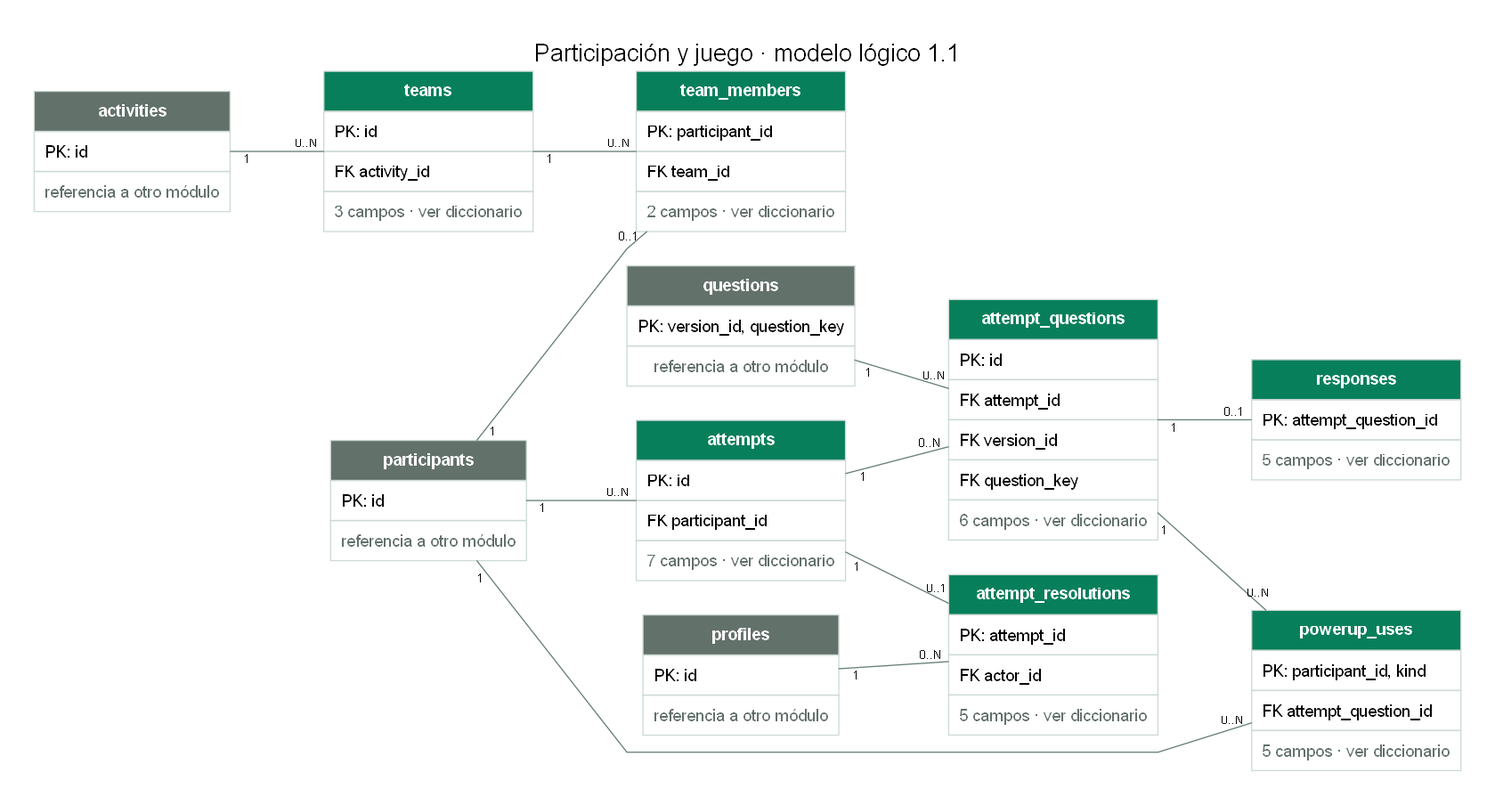
The Graphviz diagram docs/modelado/diagramas/04-participacion.png in CubeFreaKLab/aulify, before a commit. Its source is kept beside it as docs/modelado/diagramas/04-participacion.dot.
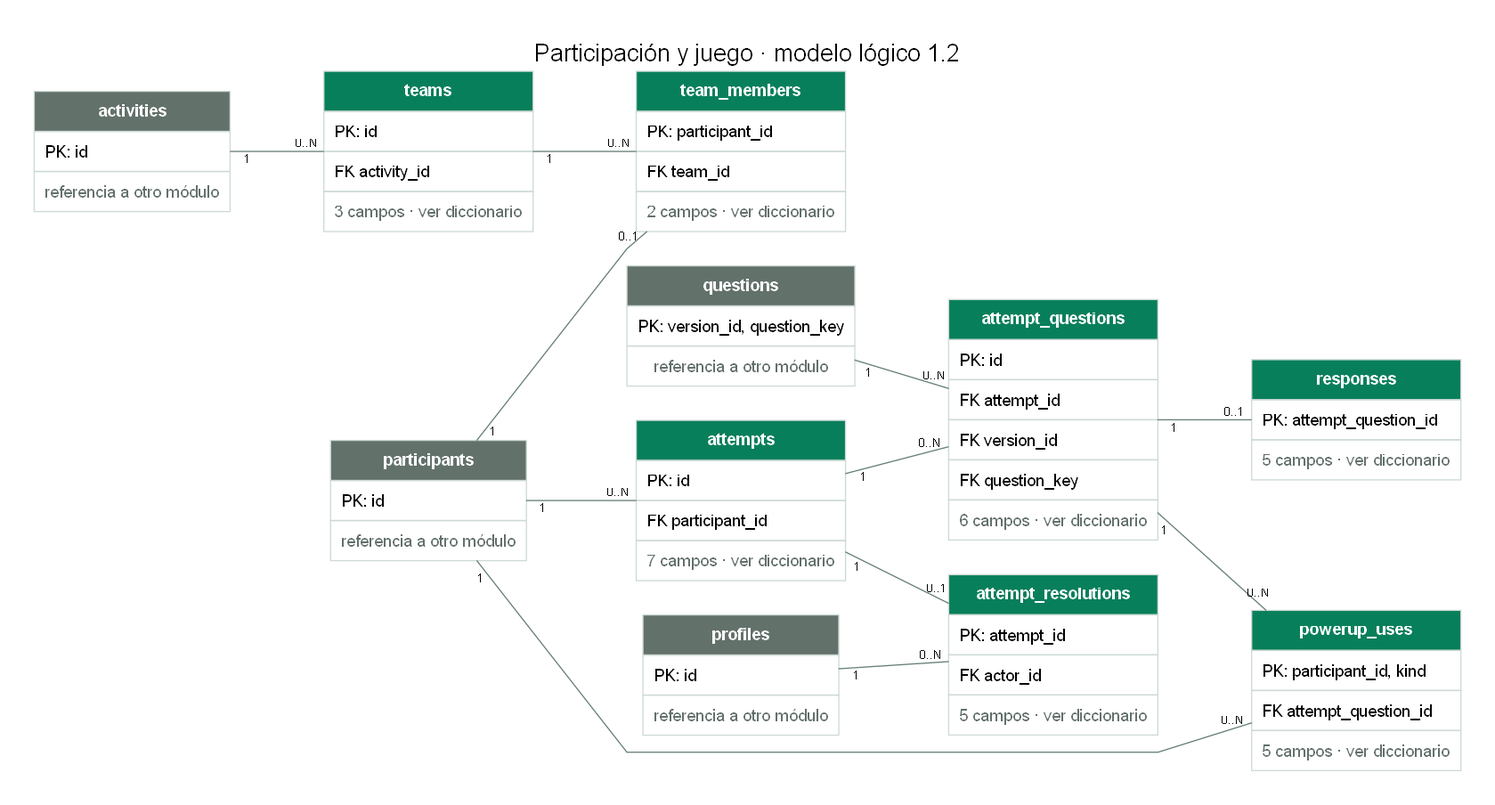
The same file after the commit.

The edit, as a diff of the source:
```diff
@@ -1,5 +1,5 @@
 digraph modelo {
-graph [rankdir=LR, bgcolor="#ffffff", pad=0.4, nodesep=0.4, ranksep=1.1, splines=polyline, fontname="Arial", fontsize=20, labelloc=t, label="Participación y juego · modelo lógico 1.1"];
+graph [rankdir=LR, bgcolor="#ffffff", pad=0.4, nodesep=0.4, ranksep=1.1, splines=polyline, fontname="Arial", fontsize=20, labelloc=t, label="Participación y juego · modelo lógico 1.2"];
 node [shape=plain, fontname="Arial"];
 edge [fontname="Arial", fontsize=10, color="#668076", arrowsize=0.6];
 "activities" [label=<<TABLE BORDER="0" CELLBORDER="1" CELLSPACING="0" CELLPADDING="8" COLOR="#CDDAD4"><TR><TD BGCOLOR="#63716B"><FONT COLOR="white"><B>activities</B></FONT></TD></TR><TR><TD ALIGN="LEFT">PK: id</TD></TR><TR><TD><FONT COLOR="#63716B">referencia a otro módulo</FONT></TD></TR></TABLE>>];
```
